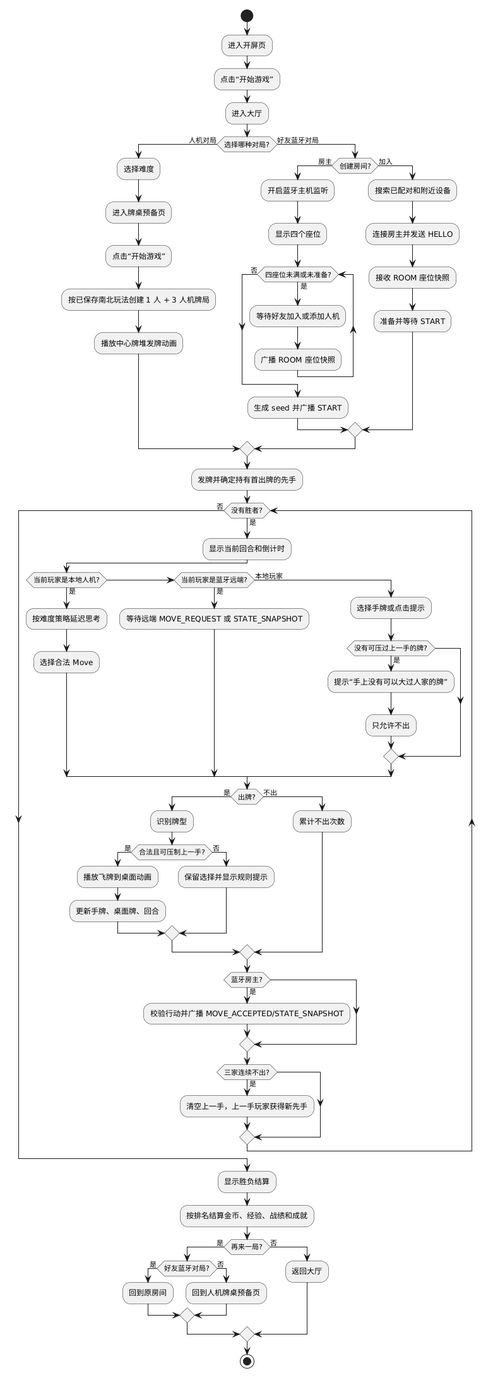
Earlier version of the PlantUML export docs/uml/activity_play.png (Mojieeee/uml_chudadi).
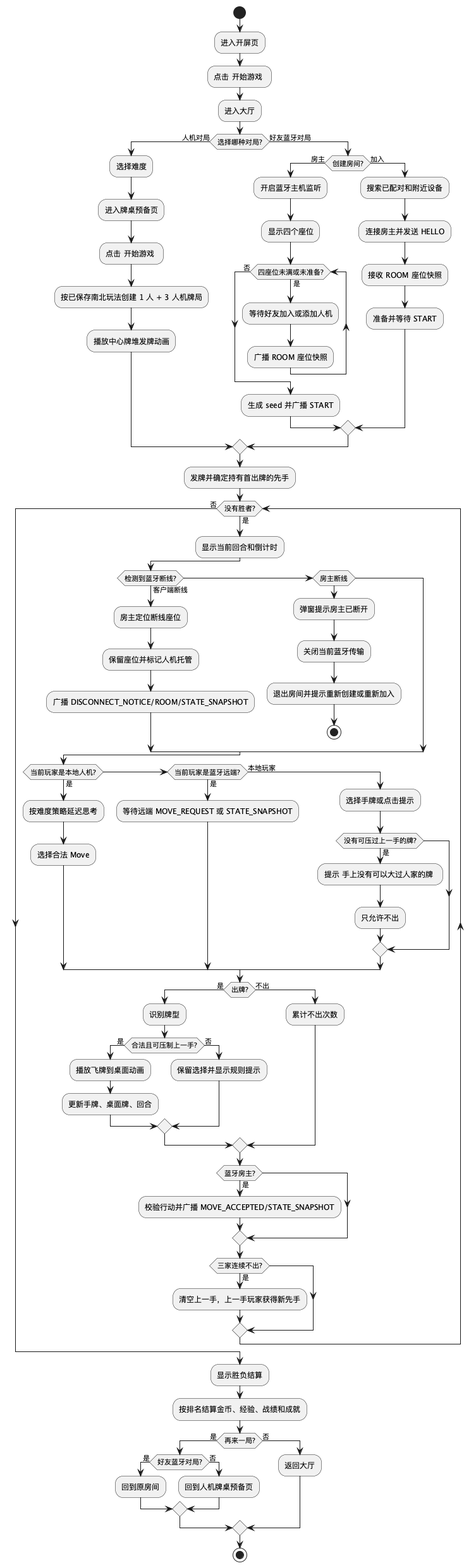
The same file after the commit.

The edit, as a diff of the source:
```diff
@@ -29,6 +29,16 @@
 :发牌并确定持有首出牌的先手;
 while (没有胜者?) is (是)
   :显示当前回合和倒计时;
+  if (检测到蓝牙断线?) then (客户端断线)
+    :房主定位断线座位;
+    :保留座位并标记人机托管;
+    :广播 DISCONNECT_NOTICE/ROOM/STATE_SNAPSHOT;
+  elseif (房主断线)
+    :弹窗提示房主已断开;
+    :关闭当前蓝牙传输;
+    :退出房间并提示重新创建或重新加入;
+    stop
+  endif
   if (当前玩家是本地人机?) then (是)
     :按难度策略延迟思考;
     :选择合法 Move;
```
